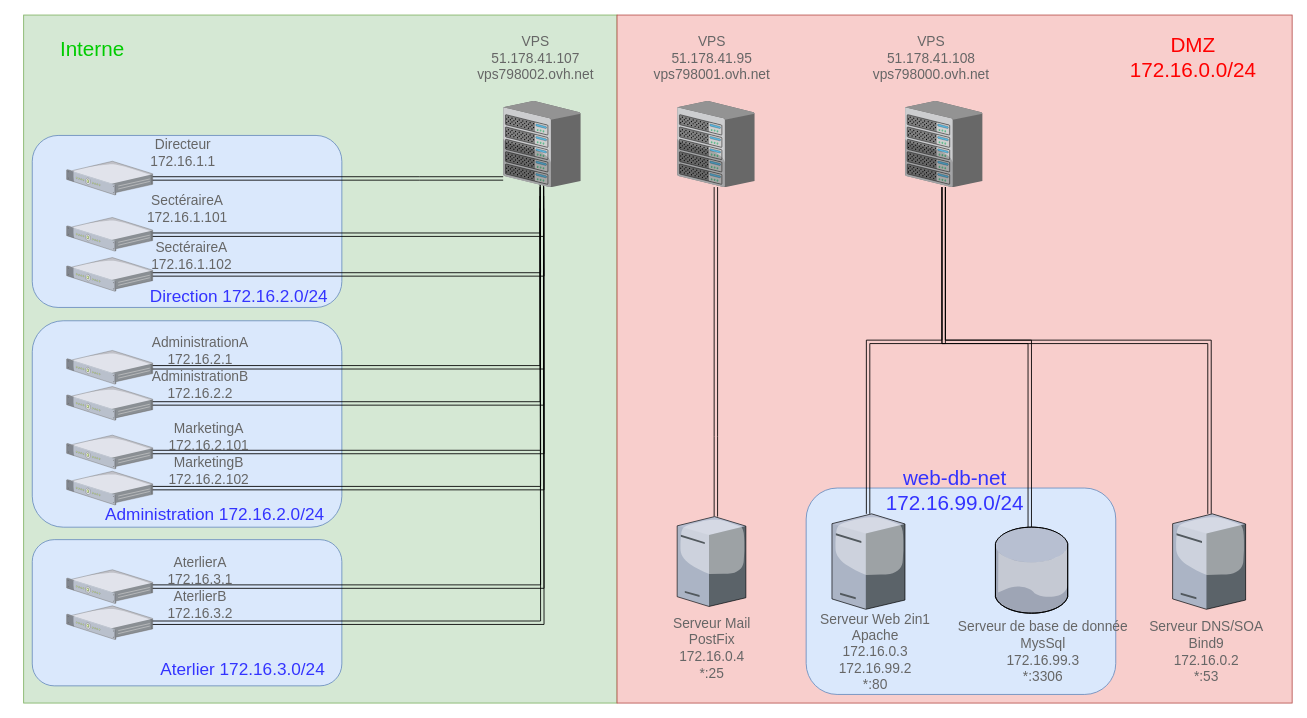
Above: documents/SchémaPhysique.drawio in Frodon001/2tl2AdminGr9 (draw.io), before the change. Source tidied: cells renumbered, new cells numbered last; positions are measured from the earlier drawing's top-left corner, leaving out a move shared by most shapes. Both pictures are drawn from the tidied source at 86%, with x=0, y=0 at pixel (15, 15).
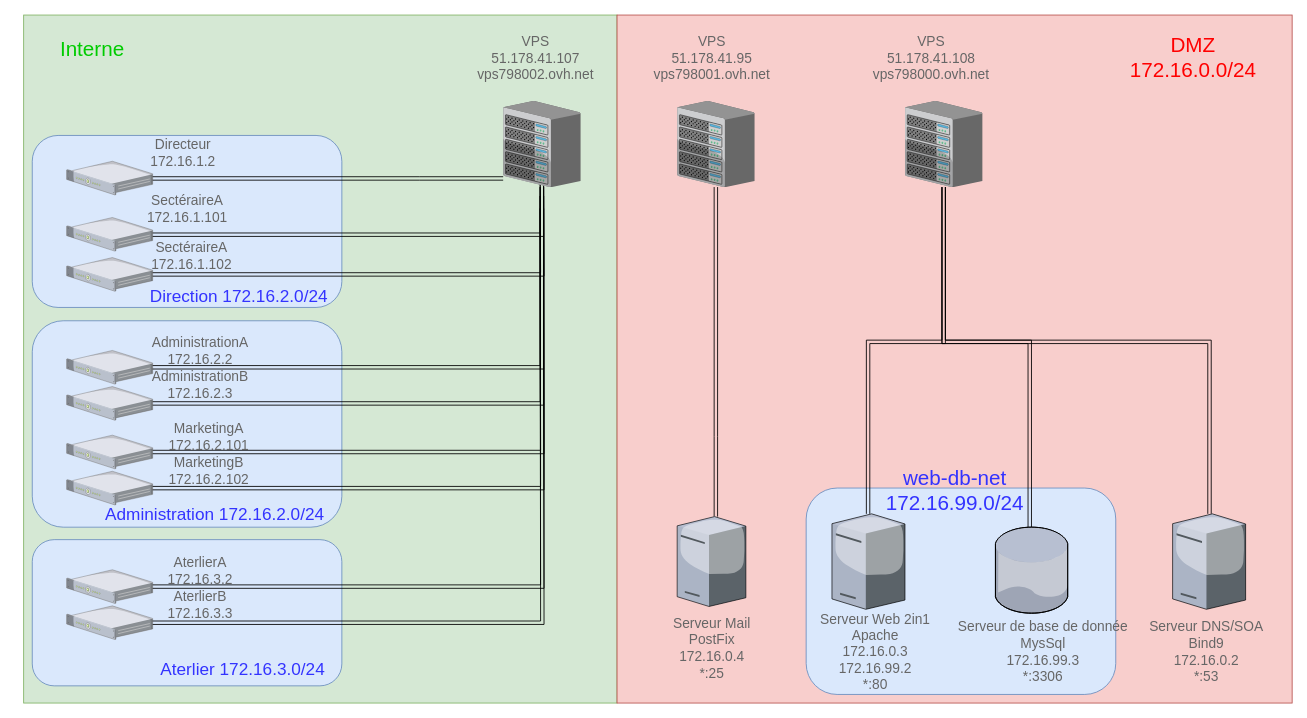
The same page after the edit.

What changed in the source:
```diff
@@
-    <mxCell id="46" value="&lt;font style=&quot;font-size: 16px&quot; color=&quot;#666666&quot;&gt;Directeur&lt;br&gt;172.16.1.1&lt;br style=&quot;font-size: 16px&quot;&gt;&lt;/font&gt;" style="text;html=1;align=center;verticalAlign=middle;fontSize=16;" parent="1" vertex="1">
+    <mxCell id="46" value="&lt;font style=&quot;font-size: 16px&quot; color=&quot;#666666&quot;&gt;Directeur&lt;br&gt;172.16.1.2&lt;br style=&quot;font-size: 16px&quot;&gt;&lt;/font&gt;" style="text;html=1;align=center;verticalAlign=middle;fontSize=16;" parent="1" vertex="1">
       <mxGeometry x="150" y="140" width="90" height="40" as="geometry" />
     </mxCell>
@@
-    <mxCell id="49" value="&lt;font style=&quot;font-size: 16px&quot; color=&quot;#666666&quot;&gt;AdministrationA&lt;br&gt;172.16.2.1&lt;br style=&quot;font-size: 16px&quot;&gt;&lt;/font&gt;" style="text;html=1;align=center;verticalAlign=middle;fontSize=16;" parent="1" vertex="1">
+    <mxCell id="49" value="&lt;font style=&quot;font-size: 16px&quot; color=&quot;#666666&quot;&gt;AdministrationA&lt;br&gt;172.16.2.2&lt;br style=&quot;font-size: 16px&quot;&gt;&lt;/font&gt;" style="text;html=1;align=center;verticalAlign=middle;fontSize=16;" parent="1" vertex="1">
       <mxGeometry x="150" y="370" width="130" height="40" as="geometry" />
     </mxCell>
-    <mxCell id="50" value="&lt;font style=&quot;font-size: 16px&quot; color=&quot;#666666&quot;&gt;AdministrationB&lt;br&gt;172.16.2.2&lt;br style=&quot;font-size: 16px&quot;&gt;&lt;/font&gt;" style="text;html=1;align=center;verticalAlign=middle;fontSize=16;" parent="1" vertex="1">
+    <mxCell id="50" value="&lt;font style=&quot;font-size: 16px&quot; color=&quot;#666666&quot;&gt;AdministrationB&lt;br&gt;172.16.2.3&lt;br style=&quot;font-size: 16px&quot;&gt;&lt;/font&gt;" style="text;html=1;align=center;verticalAlign=middle;fontSize=16;" parent="1" vertex="1">
       <mxGeometry x="150" y="410" width="130" height="40" as="geometry" />
     </mxCell>
@@
-    <mxCell id="53" value="&lt;font style=&quot;font-size: 16px&quot; color=&quot;#666666&quot;&gt;AterlierA&lt;br&gt;172.16.3.1&lt;br style=&quot;font-size: 16px&quot;&gt;&lt;/font&gt;" style="text;html=1;align=center;verticalAlign=middle;fontSize=16;" parent="1" vertex="1">
+    <mxCell id="53" value="&lt;font style=&quot;font-size: 16px&quot; color=&quot;#666666&quot;&gt;AterlierA&lt;br&gt;172.16.3.2&lt;br style=&quot;font-size: 16px&quot;&gt;&lt;/font&gt;" style="text;html=1;align=center;verticalAlign=middle;fontSize=16;" parent="1" vertex="1">
       <mxGeometry x="170" y="625.5" width="90" height="40" as="geometry" />
     </mxCell>
-    <mxCell id="54" value="&lt;font style=&quot;font-size: 16px&quot; color=&quot;#666666&quot;&gt;AterlierB&lt;br&gt;172.16.3.2&lt;br style=&quot;font-size: 16px&quot;&gt;&lt;/font&gt;" style="text;html=1;align=center;verticalAlign=middle;fontSize=16;" parent="1" vertex="1">
+    <mxCell id="54" value="&lt;font style=&quot;font-size: 16px&quot; color=&quot;#666666&quot;&gt;AterlierB&lt;br&gt;172.16.3.3&lt;br style=&quot;font-size: 16px&quot;&gt;&lt;/font&gt;" style="text;html=1;align=center;verticalAlign=middle;fontSize=16;" parent="1" vertex="1">
       <mxGeometry x="170" y="665.5" width="90" height="40" as="geometry" />
     </mxCell>
```
